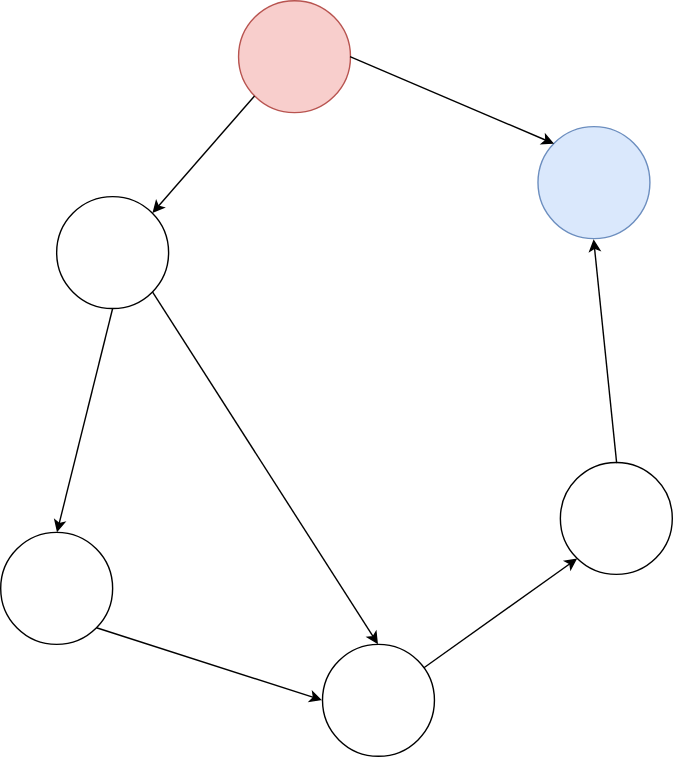
Earlier version of the draw.io export docs/GraphTheory/res/GraphTheory.svg (linrongbin16/way-to-algorithm). Source tidied: cells renumbered, new cells last; positions are measured from the earlier drawing's top-left corner, leaving out a move shared by most shapes.
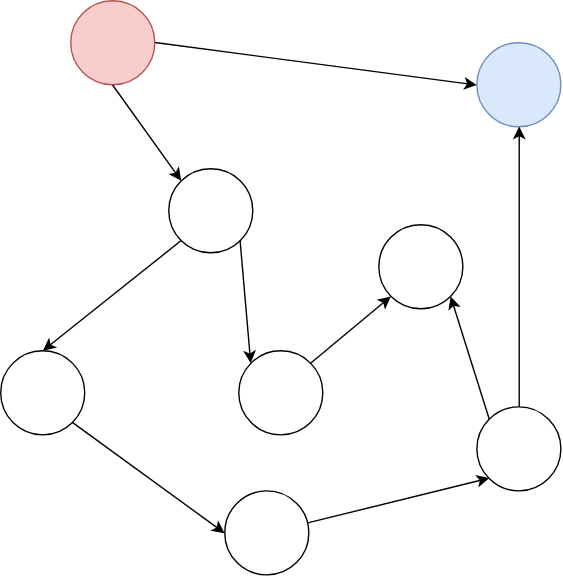
Above is the later version.

Diff of the diagram source:
```diff
@@ -3,45 +3,55 @@
     <mxCell id="0" />
     <mxCell id="1" parent="0" />
     <mxCell id="2" style="ellipse;whiteSpace=wrap;html=1;rounded=0;shadow=0;strokeColor=#b85450;fillColor=#f8cecc;fontFamily=Courier New;fontSize=18;" parent="1" vertex="1">
-      <mxGeometry x="170" width="80" height="80" as="geometry" />
+      <mxGeometry x="110" y="50" width="60" height="60" as="geometry" />
     </mxCell>
     <mxCell id="3" style="ellipse;whiteSpace=wrap;html=1;rounded=0;shadow=0;strokeColor=#000000;fillColor=#ffffff;fontFamily=Courier New;fontSize=18;" parent="1" vertex="1">
-      <mxGeometry x="40" y="140" width="80" height="80" as="geometry" />
+      <mxGeometry x="180" y="170" width="60" height="60" as="geometry" />
     </mxCell>
     <mxCell id="4" style="ellipse;whiteSpace=wrap;html=1;rounded=0;shadow=0;strokeColor=#6c8ebf;fillColor=#dae8fc;fontFamily=Courier New;fontSize=18;" parent="1" vertex="1">
-      <mxGeometry x="383.5" y="90" width="80" height="80" as="geometry" />
+      <mxGeometry x="400" y="80" width="60" height="60" as="geometry" />
     </mxCell>
     <mxCell id="5" style="ellipse;whiteSpace=wrap;html=1;rounded=0;shadow=0;strokeColor=#000000;fillColor=#ffffff;fontFamily=Courier New;fontSize=18;" parent="1" vertex="1">
-      <mxGeometry y="380" width="80" height="80" as="geometry" />
+      <mxGeometry x="60" y="300" width="60" height="60" as="geometry" />
     </mxCell>
     <mxCell id="6" style="ellipse;whiteSpace=wrap;html=1;rounded=0;shadow=0;strokeColor=#000000;fillColor=#ffffff;gradientColor=none;fontFamily=Courier New;fontSize=18;" parent="1" vertex="1">
-      <mxGeometry x="230" y="460" width="80" height="80" as="geometry" />
+      <mxGeometry x="220" y="400" width="60" height="60" as="geometry" />
     </mxCell>
-    <mxCell id="7" style="endArrow=classic;html=1;fontFamily=Courier New;fontSize=18;exitX=0;exitY=1;entryX=1;entryY=0;" parent="1" edge="1" source="2" target="3">
+    <mxCell id="7" style="endArrow=classic;html=1;fontFamily=Courier New;fontSize=18;exitX=0.5;exitY=1;entryX=0;entryY=0;" parent="1" edge="1" source="2" target="3">
       <mxGeometry relative="1" as="geometry" />
     </mxCell>
-    <mxCell id="8" style="endArrow=classic;html=1;fontFamily=Courier New;fontSize=18;exitX=1;exitY=0.5;entryX=0;entryY=0;" parent="1" edge="1" source="2" target="4">
+    <mxCell id="8" style="endArrow=classic;html=1;fontFamily=Courier New;fontSize=18;exitX=1;exitY=0.5;entryX=0;entryY=0.5;" parent="1" edge="1" source="2" target="4">
       <mxGeometry relative="1" as="geometry" />
     </mxCell>
-    <mxCell id="9" style="endArrow=classic;html=1;fontFamily=Courier New;fontSize=18;entryX=0.5;entryY=0;" parent="1" edge="1" target="5">
-      <mxGeometry relative="1" as="geometry">
-        <mxPoint x="80" y="220" as="sourcePoint" />
-      </mxGeometry>
+    <mxCell id="9" style="endArrow=classic;html=1;fontFamily=Courier New;fontSize=18;entryX=0.5;entryY=0;exitX=0;exitY=1;" parent="1" edge="1" source="3" target="5">
+      <mxGeometry relative="1" as="geometry" />
     </mxCell>
-    <mxCell id="10" style="endArrow=classic;html=1;fontFamily=Courier New;fontSize=18;entryX=0.5;entryY=0;exitX=1;exitY=1;" parent="1" edge="1" source="3" target="6">
-      <mxGeometry relative="1" as="geometry" />
+    <mxCell id="10" style="ellipse;whiteSpace=wrap;html=1;rounded=0;shadow=0;strokeColor=#000000;fillColor=#ffffff;gradientColor=none;fontFamily=Courier New;fontSize=18;" parent="1" vertex="1">
+      <mxGeometry x="400" y="340" width="60" height="60" as="geometry" />
     </mxCell>
-    <mxCell id="11" style="ellipse;whiteSpace=wrap;html=1;rounded=0;shadow=0;strokeColor=#000000;fillColor=#ffffff;gradientColor=none;fontFamily=Courier New;fontSize=18;" parent="1" vertex="1">
-      <mxGeometry x="400" y="330" width="80" height="80" as="geometry" />
+    <mxCell id="11" style="endArrow=classic;html=1;fontFamily=Courier New;fontSize=18;entryX=0;entryY=0.5;exitX=1;exitY=1;" parent="1" edge="1" source="5" target="6">
+      <mxGeometry relative="1" as="geometry" />
     </mxCell>
-    <mxCell id="12" style="endArrow=classic;html=1;fontFamily=Courier New;fontSize=18;entryX=0;entryY=0.5;exitX=1;exitY=1;" parent="1" edge="1" source="5" target="6">
+    <mxCell id="12" style="endArrow=classic;html=1;fontFamily=Courier New;fontSize=18;entryX=0.5;entryY=1;exitX=0.5;exitY=0;" parent="1" edge="1" source="10" target="4">
       <mxGeometry relative="1" as="geometry" />
     </mxCell>
-    <mxCell id="13" style="endArrow=classic;html=1;fontFamily=Courier New;fontSize=18;entryX=0.5;entryY=1;exitX=0.5;exitY=0;" parent="1" edge="1" source="11" target="4">
+    <mxCell id="13" style="endArrow=classic;html=1;fontFamily=Courier New;fontSize=18;entryX=0;entryY=1;" parent="1" edge="1" source="6" target="10">
       <mxGeometry relative="1" as="geometry" />
     </mxCell>
-    <mxCell id="14" style="endArrow=classic;html=1;fontFamily=Courier New;fontSize=18;entryX=0;entryY=1;" parent="1" edge="1" source="6" target="11">
-      <mxGeometry relative="1" as="geometry" />
+    <mxCell id="14" style="ellipse;whiteSpace=wrap;html=1;rounded=0;shadow=0;strokeColor=#000000;fillColor=#ffffff;gradientColor=none;fontFamily=Courier New;fontSize=18;" parent="1" vertex="1">
+      <mxGeometry x="230" y="300" width="60" height="60" as="geometry" />
     </mxCell>
+    <mxCell id="15" style="endArrow=classic;html=1;fontFamily=Courier New;fontSize=18;entryX=0;entryY=0;exitX=1;exitY=1;" parent="1" edge="1" source="3" target="14">
+      <mxGeometry relative="1" as="geometry" />
+    </mxCell>
+    <mxCell id="16" style="ellipse;whiteSpace=wrap;html=1;rounded=0;shadow=0;strokeColor=#000000;fillColor=#ffffff;gradientColor=none;fontFamily=Courier New;fontSize=18;" parent="1" vertex="1">
+      <mxGeometry x="330" y="210" width="60" height="60" as="geometry" />
+    </mxCell>
+    <mxCell id="17" style="endArrow=classic;html=1;fontFamily=Courier New;fontSize=18;entryX=1;entryY=1;exitX=0;exitY=0;" parent="1" edge="1" source="10" target="16">
+      <mxGeometry relative="1" as="geometry" />
+    </mxCell>
+    <mxCell id="18" style="endArrow=classic;html=1;fontFamily=Courier New;fontSize=18;entryX=0;entryY=1;exitX=1;exitY=0;" parent="1" edge="1" source="14" target="16">
+      <mxGeometry relative="1" as="geometry" />
+    </mxCell>
   </root>
 </mxGraphModel>
```
